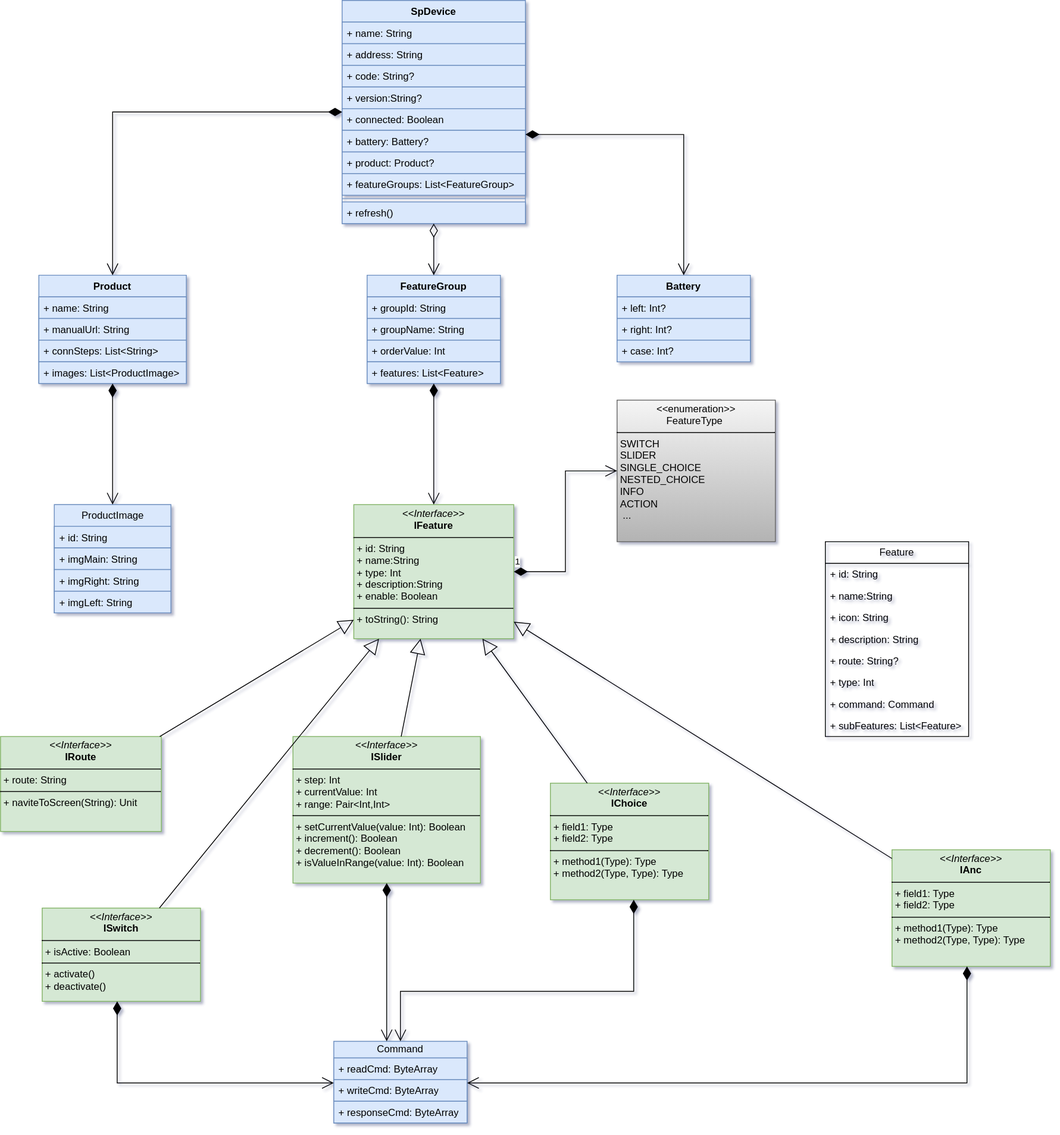
Earlier version of the draw.io export sp-device.drawio.svg (kekemao00/draw-libs). Source tidied: cells renumbered, new cells last; positions are measured from the earlier drawing's top-left corner, leaving out a move shared by most shapes.
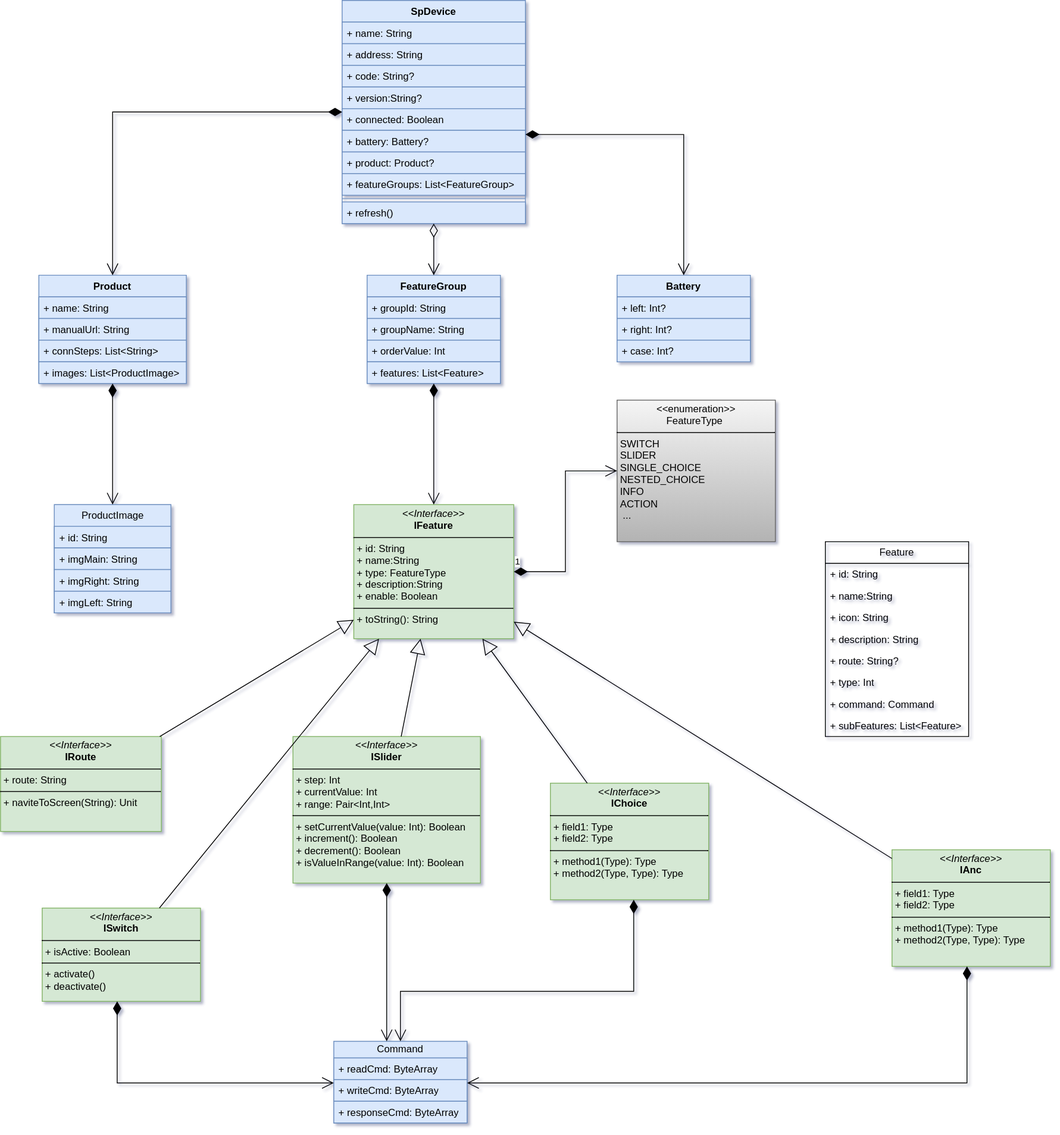
The same diagram one commit later.

The edit, as a diff of the source:
```diff
@@ -131,7 +131,7 @@
     <mxCell id="44" value="+ responseCmd: ByteArray" style="text;strokeColor=#6c8ebf;fillColor=#dae8fc;align=left;verticalAlign=top;spacingLeft=4;spacingRight=4;overflow=hidden;whiteSpace=wrap;html=1;" parent="41" vertex="1">
       <mxGeometry y="72" width="160" height="26" as="geometry" />
     </mxCell>
-    <mxCell id="45" value="&lt;p style=&quot;margin:0px;margin-top:4px;text-align:center;&quot;&gt;&lt;i&gt;&amp;lt;&amp;lt;Interface&amp;gt;&amp;gt;&lt;/i&gt;&lt;br&gt;&lt;b&gt;IFeature&lt;/b&gt;&lt;/p&gt;&lt;hr size=&quot;1&quot; style=&quot;border-style:solid;&quot;&gt;&lt;p style=&quot;margin:0px;margin-left:4px;&quot;&gt;+ id: String&lt;br&gt;+ name:String&lt;br&gt;+ type: Int&lt;br&gt;+ description:String&lt;br&gt;+&amp;nbsp;enable: Boolean&lt;/p&gt;&lt;hr size=&quot;1&quot; style=&quot;border-style:solid;&quot;&gt;&lt;p style=&quot;margin:0px;margin-left:4px;&quot;&gt;+ toString(): String&lt;br&gt;&lt;/p&gt;" style="verticalAlign=top;align=left;overflow=fill;html=1;whiteSpace=wrap;fillColor=#d5e8d4;strokeColor=#82b366;" parent="1" vertex="1">
+    <mxCell id="45" value="&lt;p style=&quot;margin:0px;margin-top:4px;text-align:center;&quot;&gt;&lt;i&gt;&amp;lt;&amp;lt;Interface&amp;gt;&amp;gt;&lt;/i&gt;&lt;br&gt;&lt;b&gt;IFeature&lt;/b&gt;&lt;/p&gt;&lt;hr size=&quot;1&quot; style=&quot;border-style:solid;&quot;&gt;&lt;p style=&quot;margin:0px;margin-left:4px;&quot;&gt;+ id: String&lt;br&gt;+ name:String&lt;br&gt;+ type:&amp;nbsp;&lt;span style=&quot;text-align: center;&quot;&gt;FeatureType&amp;nbsp;&lt;/span&gt;&lt;br&gt;+ description:String&lt;br&gt;+&amp;nbsp;enable: Boolean&lt;/p&gt;&lt;hr size=&quot;1&quot; style=&quot;border-style:solid;&quot;&gt;&lt;p style=&quot;margin:0px;margin-left:4px;&quot;&gt;+ toString(): String&lt;br&gt;&lt;/p&gt;" style="verticalAlign=top;align=left;overflow=fill;html=1;whiteSpace=wrap;fillColor=#d5e8d4;strokeColor=#82b366;" parent="1" vertex="1">
       <mxGeometry x="424" y="605.5" width="192" height="161" as="geometry" />
     </mxCell>
     <mxCell id="46" value="&lt;p style=&quot;margin:0px;margin-top:4px;text-align:center;&quot;&gt;&lt;i&gt;&amp;lt;&amp;lt;Interface&amp;gt;&amp;gt;&lt;/i&gt;&lt;br&gt;&lt;b&gt;IRoute&lt;/b&gt;&lt;/p&gt;&lt;hr size=&quot;1&quot; style=&quot;border-style:solid;&quot;&gt;&lt;p style=&quot;margin:0px;margin-left:4px;&quot;&gt;+ route: String&lt;/p&gt;&lt;hr size=&quot;1&quot; style=&quot;border-style:solid;&quot;&gt;&lt;p style=&quot;margin:0px;margin-left:4px;&quot;&gt;+ naviteToScreen(String): Unit&lt;br&gt;&lt;/p&gt;" style="verticalAlign=top;align=left;overflow=fill;html=1;whiteSpace=wrap;fillColor=#d5e8d4;strokeColor=#82b366;" parent="1" vertex="1">
```
